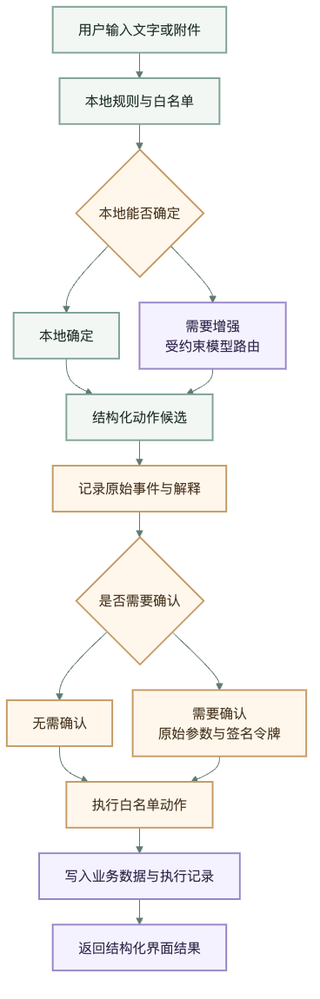
The Mermaid diagram docs/assets/assistant-execution-mobile.png in sujianleo/Family, before a commit. Its source is kept beside it as docs/assistant-execution-mobile.mmd.
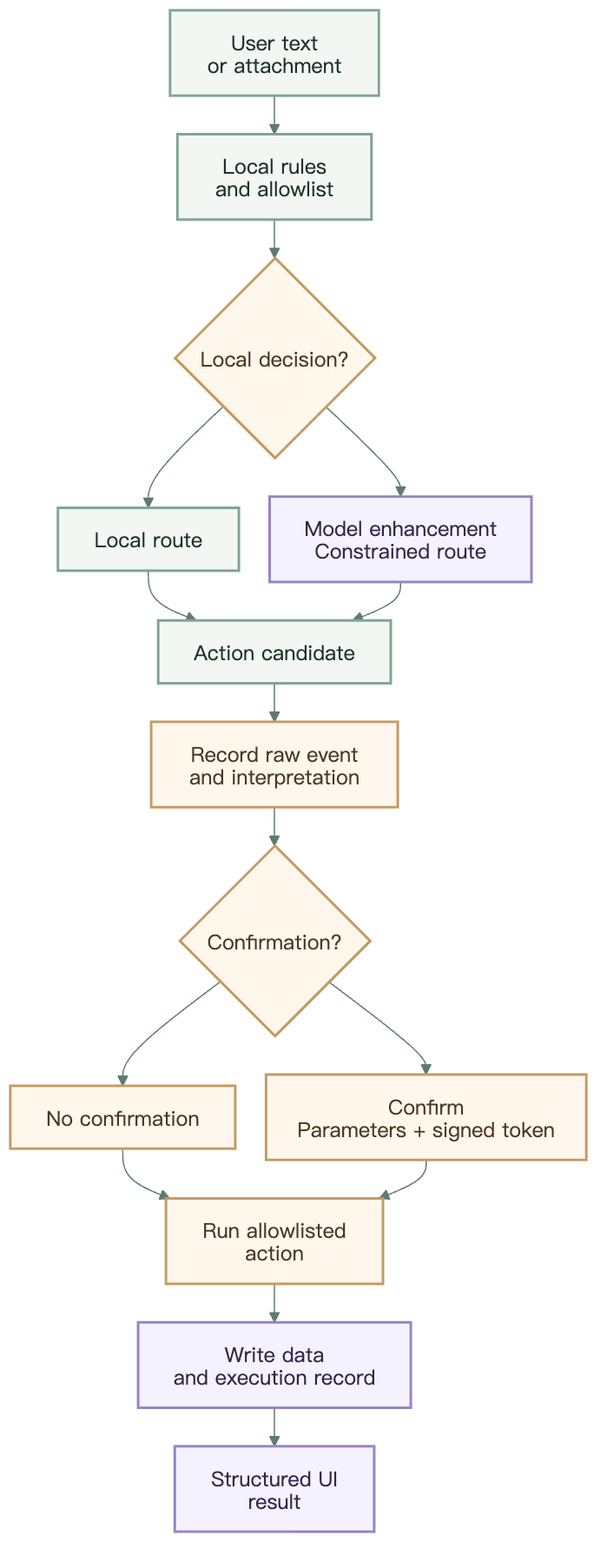
After the change.

Change to the diagram source:
```diff
@@ -1,19 +1,19 @@
-%%{init: {"theme": "base", "themeVariables": {"fontFamily": "system-ui, sans-serif", "primaryColor": "#F2F7F4", "primaryTextColor": "#20302A", "primaryBorderColor": "#7FA395", "lineColor": "#607A70", "secondaryColor": "#FFF7EC", "tertiaryColor": "#F5F2FF"}, "flowchart": {"curve": "basis", "nodeSpacing": 24, "rankSpacing": 30}}}%%
+%%{init: {"theme": "base", "htmlLabels": false, "themeVariables": {"fontFamily": "Arial, sans-serif", "primaryColor": "#F2F7F4", "primaryTextColor": "#20302A", "primaryBorderColor": "#7FA395", "lineColor": "#607A70", "secondaryColor": "#FFF7EC", "tertiaryColor": "#F5F2FF"}, "flowchart": {"curve": "basis", "nodeSpacing": 24, "rankSpacing": 30, "htmlLabels": false}}}%%
 flowchart TB
-  INPUT["用户输入文字或附件"] --> ROUTE["本地规则与白名单"]
-  ROUTE --> DECIDE{"本地能否确定"}
-  DECIDE --> LOCAL["本地确定"]
-  DECIDE --> MODEL["需要增强<br/>受约束模型路由"]
-  LOCAL --> CANDIDATE["结构化动作候选"]
+  INPUT["User text<br/>or attachment"] --> ROUTE["Local rules<br/>and allowlist"]
+  ROUTE --> DECIDE{"Local decision?"}
+  DECIDE --> LOCAL["Local route"]
+  DECIDE --> MODEL["Model enhancement<br/>Constrained route"]
+  LOCAL --> CANDIDATE["Action candidate"]
   MODEL --> CANDIDATE
-  CANDIDATE --> EVENT["记录原始事件与解释"]
-  EVENT --> GATE{"是否需要确认"}
-  GATE --> DIRECT["无需确认"]
-  GATE --> CONFIRM["需要确认<br/>原始参数与签名令牌"]
-  DIRECT --> RUN["执行白名单动作"]
+  CANDIDATE --> EVENT["Record raw event<br/>and interpretation"]
+  EVENT --> GATE{"Confirmation?"}
+  GATE --> DIRECT["No confirmation"]
+  GATE --> CONFIRM["Confirm<br/>Parameters + signed token"]
+  DIRECT --> RUN["Run allowlisted<br/>action"]
   CONFIRM --> RUN
-  RUN --> DATA["写入业务数据与执行记录"]
-  DATA --> RESULT["返回结构化界面结果"]
+  RUN --> DATA["Write data<br/>and execution record"]
+  DATA --> RESULT["Structured UI<br/>result"]
 
   classDef input fill:#F2F7F4,stroke:#7FA395,color:#20302A,stroke-width:2px;
   classDef control fill:#FFF7EC,stroke:#C49A64,color:#4A3823,stroke-width:2px;
```
